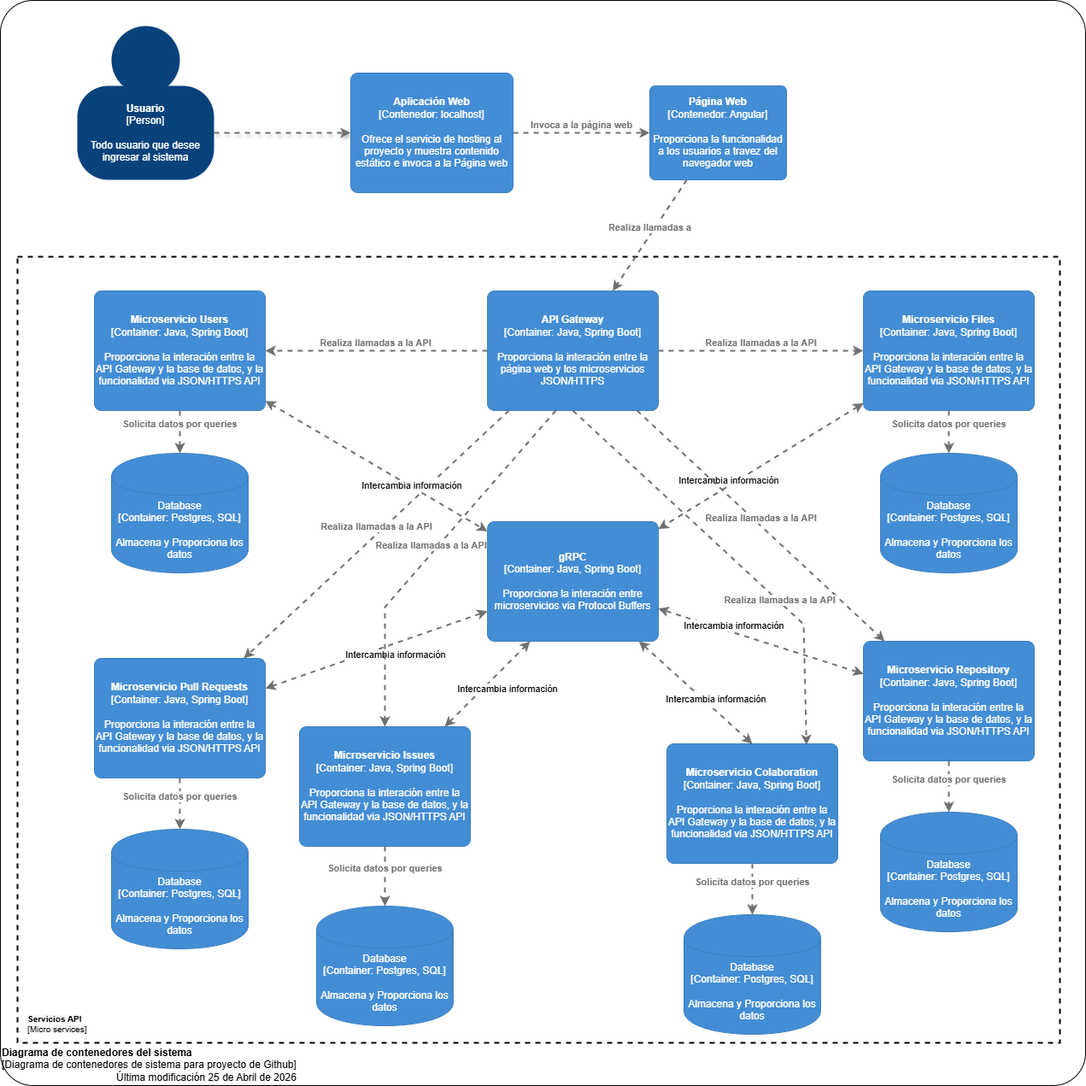
This is docs/semana1/imagenes/c4-contenedores-services.png from dtarqui/github-docs, a draw.io export, as it was before one commit. Source tidied: cells renumbered, new cells last; positions are measured from the earlier drawing's top-left corner, leaving out a move shared by most shapes.
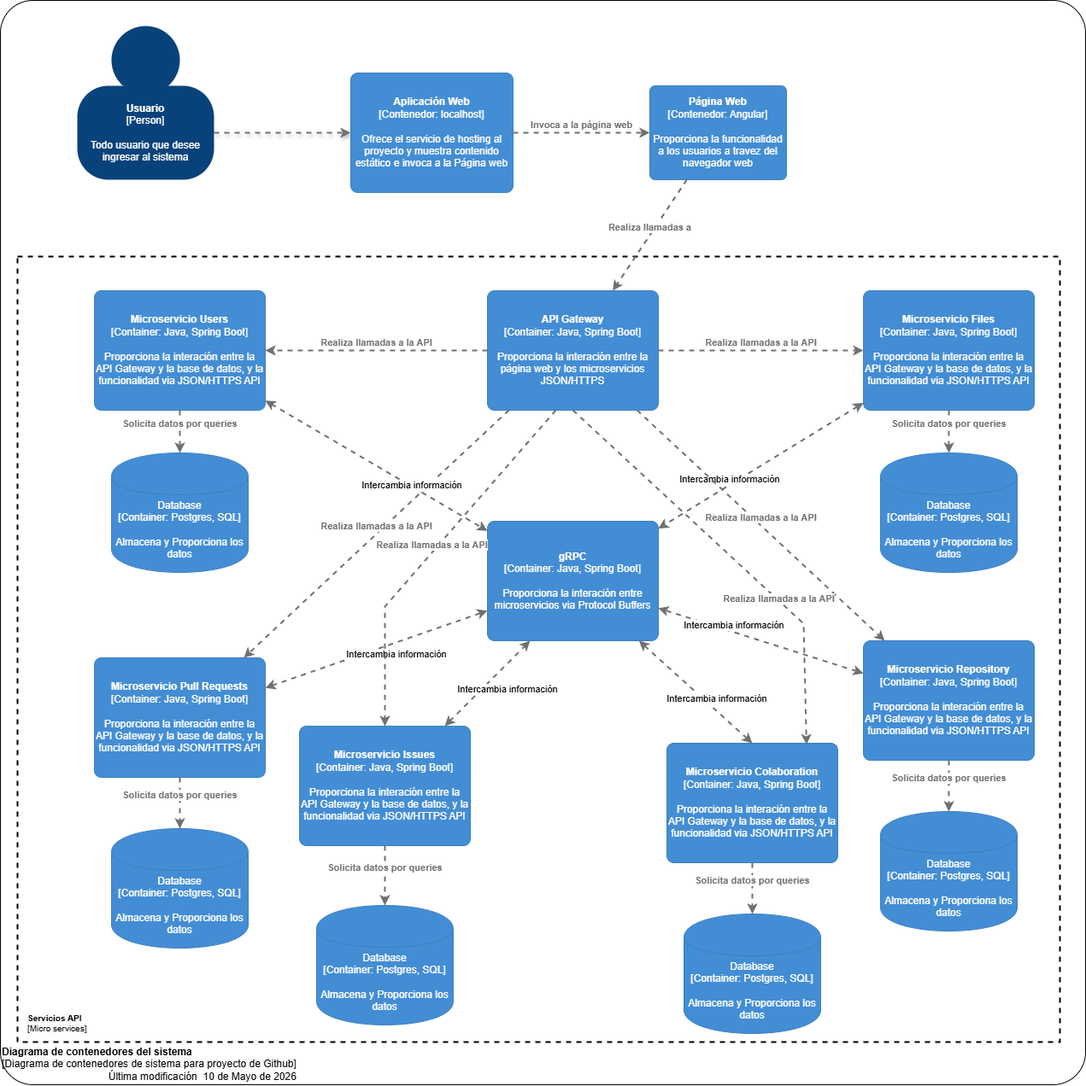
After the change.

What changed in the source:
```diff
@@ -2,7 +2,7 @@
   <root>
     <mxCell id="0" />
     <mxCell id="1" parent="0" />
-    <object id="2" label="&lt;div style=&quot;text-align: left&quot;&gt;&lt;div&gt;&lt;b&gt;Diagrama de contenedores del sistema&lt;/b&gt;&lt;/div&gt;&lt;div&gt;[Diagrama de contenedores de sistema para proyecto de Github]&lt;/div&gt;&lt;div style=&quot;text-align: right&quot;&gt;Última modificación 25 de Abril de 2026&lt;/div&gt;&lt;/div&gt;" c4Name="hostname" c4OperationSystem="operationSystem" c4ScalingFactor="scalingFactor" c4Type="DeploymentNode" placeholders="1">
+    <object id="2" label="&lt;div style=&quot;text-align: left&quot;&gt;&lt;div&gt;&lt;b&gt;Diagrama de contenedores del sistema&lt;/b&gt;&lt;/div&gt;&lt;div&gt;[Diagrama de contenedores de sistema para proyecto de Github]&lt;/div&gt;&lt;div style=&quot;text-align: right&quot;&gt;Última modificación&amp;nbsp; 10 de Mayo de 2026&lt;/div&gt;&lt;/div&gt;" c4Name="hostname" c4OperationSystem="operationSystem" c4ScalingFactor="scalingFactor" c4Type="DeploymentNode" placeholders="1">
       <mxCell style="rounded=1;whiteSpace=wrap;html=1;labelBackgroundColor=none;fillColor=#ffffff;fontColor=#000000;align=left;arcSize=3;strokeColor=#000000;verticalAlign=bottom;" parent="1" vertex="1">
         <mxGeometry width="1270" height="1270" as="geometry" />
       </mxCell>
```
